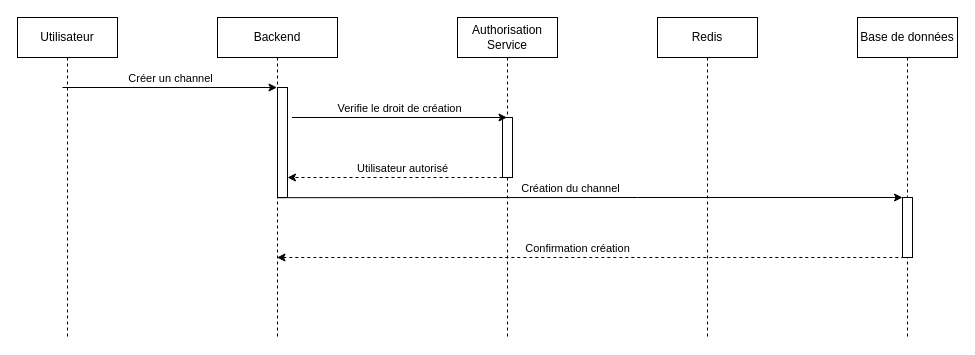
The draw.io diagram diagramme/sequence-permission-creation-channel.drawio in benoit-planche/tda-beep, before the edit. Source tidied: cells renumbered, new cells numbered last; positions are measured from the earlier drawing's top-left corner, leaving out a move shared by most shapes. Both pictures are drawn from the tidied source at 100%, with x=0, y=0 at pixel (17, 17).
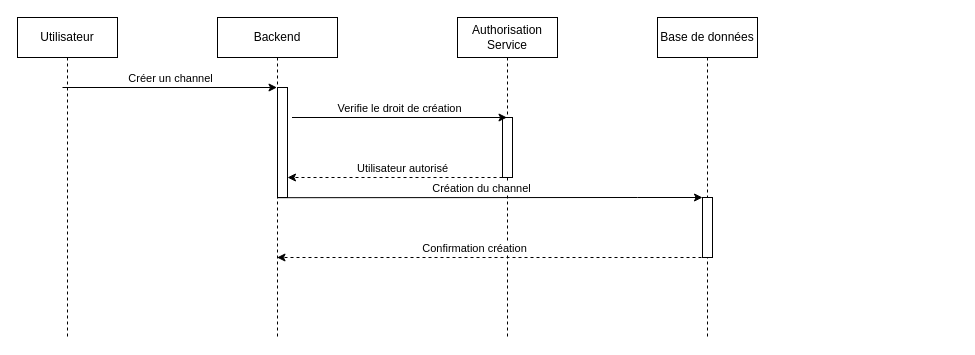
The same diagram, later.

The change refers to these unchanged cells:
```xml
<mxCell id="5" value="Backend" style="shape=umlLifeline;perimeter=lifelinePerimeter;whiteSpace=wrap;html=1;outlineConnect=0;portConstraint=eastwest;newEdgeStyle={&quot;edgeStyle&quot;:&quot;elbowEdgeStyle&quot;,&quot;elbow&quot;:&quot;vertical&quot;,&quot;curved&quot;:0,&quot;rounded&quot;:0};" parent="1" vertex="1">
  <mxGeometry x="200" width="120" height="320" as="geometry" />
</mxCell>
<mxCell id="17" style="html=1;points=[];perimeter=orthogonalPerimeter;outlineConnect=0;targetShapes=umlLifeline;portConstraint=eastwest;newEdgeStyle={&quot;edgeStyle&quot;:&quot;elbowEdgeStyle&quot;,&quot;elbow&quot;:&quot;vertical&quot;,&quot;curved&quot;:0,&quot;rounded&quot;:0};" parent="16" vertex="1">
  <mxGeometry x="45" y="180" width="10" height="60" as="geometry" />
</mxCell>
```

What changed in the source:
```diff
@@
-    <mxCell id="11" value="Redis" style="shape=umlLifeline;perimeter=lifelinePerimeter;whiteSpace=wrap;html=1;newEdgeStyle={&quot;edgeStyle&quot;:&quot;elbowEdgeStyle&quot;,&quot;elbow&quot;:&quot;vertical&quot;,&quot;curved&quot;:0,&quot;rounded&quot;:0};" parent="1" vertex="1">
-      <mxGeometry x="640" width="100" height="320" as="geometry" />
-    </mxCell>
-    <mxCell id="12" style="endArrow=classic;html=1;rounded=0;exitX=0.501;exitY=0.278;exitDx=0;exitDy=0;exitPerimeter=0;" parent="1" edge="1">
+    <mxCell id="12" style="endArrow=classic;html=1;rounded=0;exitX=0.501;exitY=0.278;exitDx=0;exitDy=0;exitPerimeter=0;" parent="1" edge="1" target="17">
       <mxGeometry relative="1" as="geometry">
         <mxPoint x="260.1" y="180.2" as="sourcePoint" />
-        <mxPoint x="885" y="180" as="targetPoint" />
         <Array as="points">
           <mxPoint x="620" y="180" />
         </Array>
       </mxGeometry>
     </mxCell>
@@
     <mxCell id="16" value="Base de données" style="shape=umlLifeline;perimeter=lifelinePerimeter;whiteSpace=wrap;html=1;newEdgeStyle={&quot;edgeStyle&quot;:&quot;elbowEdgeStyle&quot;,&quot;elbow&quot;:&quot;vertical&quot;,&quot;curved&quot;:0,&quot;rounded&quot;:0};" parent="1" vertex="1">
-      <mxGeometry x="840" width="100" height="320" as="geometry" />
+      <mxGeometry x="640" width="100" height="320" as="geometry" />
     </mxCell>
@@
     <mxCell id="18" style="endArrow=classic;html=1;rounded=0;dashed=1;" parent="1" edge="1" target="5">
       <mxGeometry relative="1" as="geometry">
-        <mxPoint x="892.8" y="240" as="sourcePoint" />
+        <mxPoint x="690" y="240" as="sourcePoint" />
       </mxGeometry>
     </mxCell>
```
